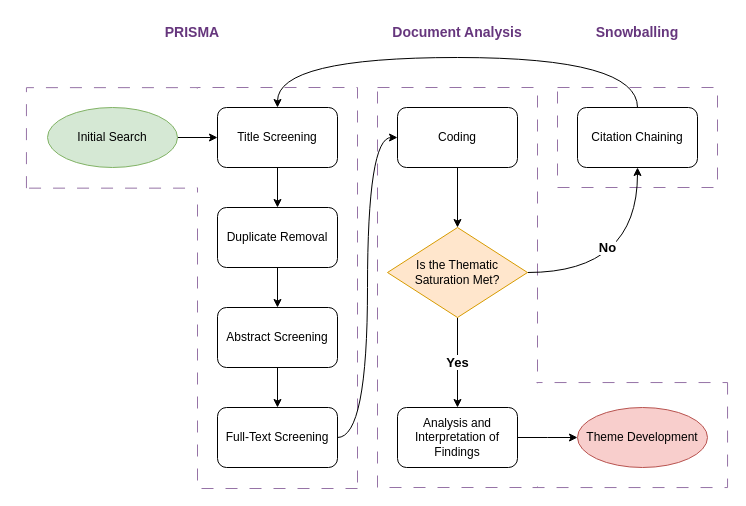
The draw.io diagram Diagrams/Mixed Methodology.drawio in HooradAboo/I-CLAIM, before the edit. Source tidied: cells renumbered, new cells numbered last; positions are measured from the earlier drawing's top-left corner, leaving out a move shared by most shapes. Both pictures are drawn from the tidied source at 100%, with x=0, y=0 at pixel (17, 17).
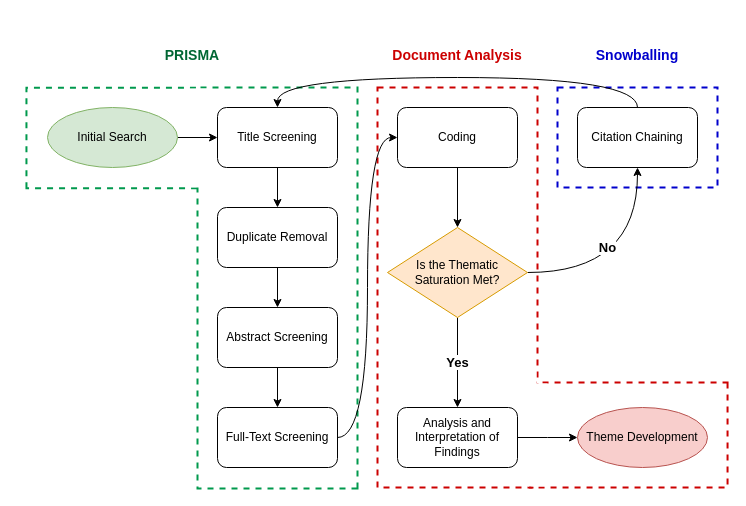
The same diagram, later.

Commit message:
higher DPI

Unchanged cells that the change refers to:
```xml
<mxCell id="2" style="group;rotation=-180;" parent="1" vertex="1">
  <mxGeometry y="30" width="350" height="441" as="geometry" />
</mxCell>
<mxCell id="7" style="group;" parent="1" vertex="1">
  <mxGeometry x="360" y="70" width="350" height="400" as="geometry" />
</mxCell>
<mxCell id="15" value="Title Screening" style="rounded=1;whiteSpace=wrap;html=1;" parent="1" vertex="1">
  <mxGeometry x="200" y="90" width="120" height="60" as="geometry" />
</mxCell>
<mxCell id="28" value="Citation Chaining" style="rounded=1;whiteSpace=wrap;html=1;" parent="1" vertex="1">
  <mxGeometry x="560" y="90" width="120" height="60" as="geometry" />
</mxCell>
```

The edit, as a diff of the source:
```diff
@@
-    <mxCell id="3" style="rounded=1;whiteSpace=wrap;html=1;fillStyle=auto;fillColor=none;dashed=1;dashPattern=12 12;rotation=-90;arcSize=0;strokeColor=#9673a6;" parent="2" vertex="1">
+    <mxCell id="3" style="rounded=1;whiteSpace=wrap;html=1;fillStyle=auto;fillColor=none;dashed=1;rotation=-90;arcSize=0;strokeColor=#00994D;strokeWidth=2;" parent="2" vertex="1">
       <mxGeometry x="44.1" y="5" width="100.5" height="170.8" as="geometry" />
     </mxCell>
-    <mxCell id="4" style="rounded=1;whiteSpace=wrap;html=1;fillStyle=auto;fillColor=none;dashed=1;dashPattern=12 12;arcSize=0;strokeColor=#9673a6;rotation=-180;" parent="2" vertex="1">
+    <mxCell id="4" style="rounded=1;whiteSpace=wrap;html=1;fillStyle=auto;fillColor=none;dashed=1;arcSize=0;strokeColor=#00994D;rotation=-180;strokeWidth=2;" parent="2" vertex="1">
       <mxGeometry x="180" y="40" width="160" height="401" as="geometry" />
     </mxCell>
@@
-    <mxCell id="6" style="rounded=1;whiteSpace=wrap;html=1;fillStyle=auto;fillColor=none;dashed=1;dashPattern=12 12;arcSize=0;strokeColor=#9673A6;" parent="1" vertex="1">
+    <mxCell id="6" style="rounded=1;whiteSpace=wrap;html=1;fillStyle=auto;fillColor=none;dashed=1;arcSize=0;strokeColor=#0000CC;strokeWidth=2;" parent="1" vertex="1">
       <mxGeometry x="540" y="70" width="160" height="100" as="geometry" />
     </mxCell>
@@
-    <mxCell id="8" style="rounded=1;whiteSpace=wrap;html=1;fillStyle=auto;fillColor=none;dashed=1;dashPattern=12 12;rotation=90;arcSize=0;strokeColor=#9673a6;" parent="7" vertex="1">
+    <mxCell id="8" style="rounded=1;whiteSpace=wrap;html=1;fillStyle=auto;fillColor=none;dashed=1;rotation=90;arcSize=0;strokeColor=#CC0000;strokeWidth=2;" parent="7" vertex="1">
       <mxGeometry x="198.8" y="248.8" width="105" height="197.5" as="geometry" />
     </mxCell>
-    <mxCell id="9" style="rounded=1;whiteSpace=wrap;html=1;fillStyle=auto;fillColor=none;dashed=1;dashPattern=12 12;arcSize=0;strokeColor=#9673a6;" parent="7" vertex="1">
+    <mxCell id="9" style="rounded=1;whiteSpace=wrap;html=1;fillStyle=auto;fillColor=none;dashed=1;arcSize=0;strokeColor=#CC0000;strokeWidth=2;" parent="7" vertex="1">
       <mxGeometry width="160" height="400" as="geometry" />
     </mxCell>
@@
     <mxCell id="27" style="edgeStyle=orthogonalEdgeStyle;rounded=0;jettySize=auto;html=1;exitX=0.5;exitY=0;exitDx=0;exitDy=0;entryX=0.5;entryY=0;entryDx=0;entryDy=0;curved=1;" parent="1" edge="1" source="28" target="15">
       <mxGeometry relative="1" as="geometry">
         <Array as="points">
-          <mxPoint x="620" y="40" />
-          <mxPoint x="260" y="40" />
+          <mxPoint x="620" y="60" />
+          <mxPoint x="260" y="60" />
         </Array>
       </mxGeometry>
     </mxCell>
@@
-    <mxCell id="33" value="&lt;b&gt;PRISMA&lt;/b&gt;" style="text;html=1;align=center;verticalAlign=middle;whiteSpace=wrap;rounded=0;fontColor=light-dark(#66367d, #9577a3);fontSize=14;" parent="1" vertex="1">
-      <mxGeometry x="145" width="60" height="30" as="geometry" />
+    <mxCell id="33" value="&lt;b&gt;&lt;font style=&quot;color: rgb(0, 102, 51);&quot;&gt;PRISMA&lt;/font&gt;&lt;/b&gt;" style="text;html=1;align=center;verticalAlign=middle;whiteSpace=wrap;rounded=0;fontColor=light-dark(#66367d, #9577a3);fontSize=14;" parent="1" vertex="1">
+      <mxGeometry x="145" y="23" width="60" height="30" as="geometry" />
     </mxCell>
-    <mxCell id="34" value="&lt;b&gt;Snowballing&lt;/b&gt;" style="text;html=1;align=center;verticalAlign=middle;whiteSpace=wrap;rounded=0;fontColor=light-dark(#66367d, #9577a3);fontSize=14;" parent="1" vertex="1">
-      <mxGeometry x="570" width="100" height="30" as="geometry" />
+    <mxCell id="34" value="&lt;b&gt;&lt;font style=&quot;color: rgb(0, 0, 204);&quot;&gt;Snowballing&lt;/font&gt;&lt;/b&gt;" style="text;html=1;align=center;verticalAlign=middle;whiteSpace=wrap;rounded=0;fontColor=light-dark(#66367d, #9577a3);fontSize=14;" parent="1" vertex="1">
+      <mxGeometry x="570" y="23" width="100" height="30" as="geometry" />
     </mxCell>
-    <mxCell id="35" value="&lt;b&gt;Document Analysis&lt;/b&gt;" style="text;html=1;align=center;verticalAlign=middle;whiteSpace=wrap;rounded=0;fontColor=light-dark(#66367d, #9577a3);fontSize=14;" parent="1" vertex="1">
-      <mxGeometry x="370" width="140" height="30" as="geometry" />
+    <mxCell id="35" value="&lt;b&gt;&lt;font style=&quot;color: rgb(204, 0, 0);&quot;&gt;Document Analysis&lt;/font&gt;&lt;/b&gt;" style="text;html=1;align=center;verticalAlign=middle;whiteSpace=wrap;rounded=0;fontColor=light-dark(#66367d, #9577a3);fontSize=14;" parent="1" vertex="1">
+      <mxGeometry x="370" y="23" width="140" height="30" as="geometry" />
     </mxCell>
```
